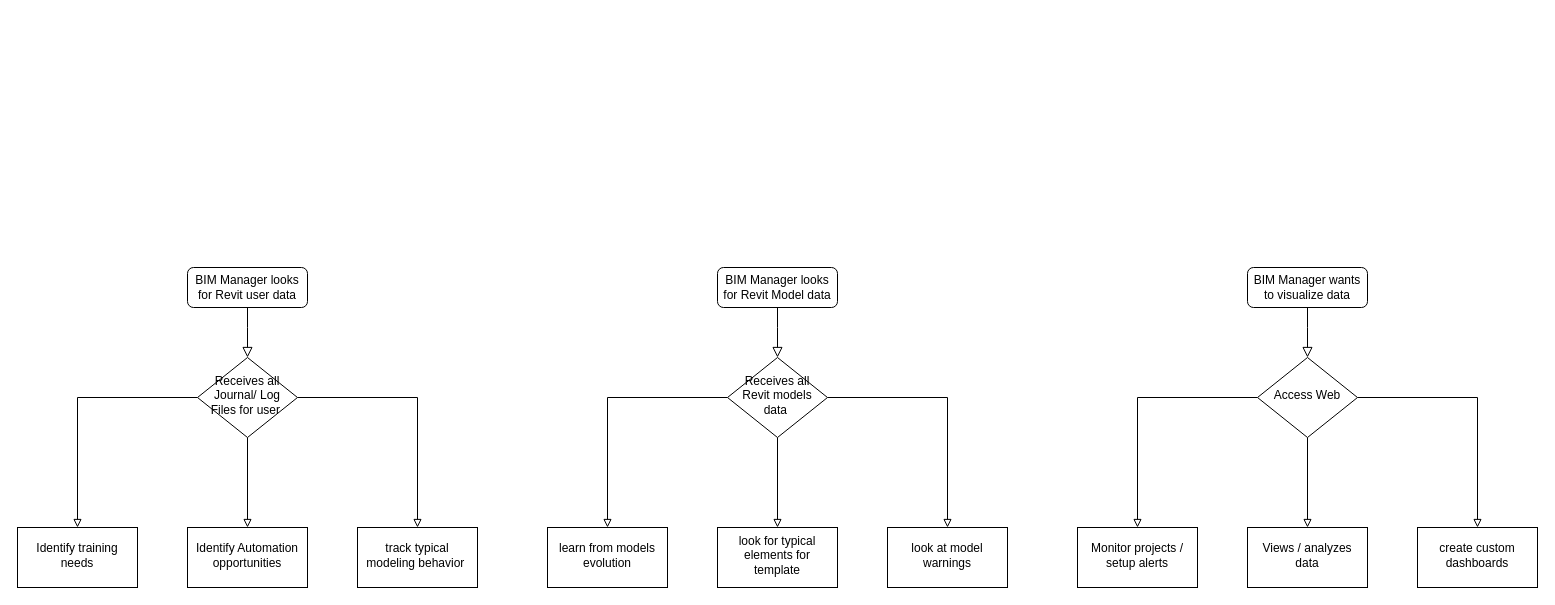
The draw.io diagram 07_Planning/Use Case Diagram.drawio in DaltonGOO/BIM-Analytics-Platform, before the edit. Source tidied: cells renumbered, new cells numbered last; positions are measured from the earlier drawing's top-left corner, leaving out a move shared by most shapes. Both pictures are drawn from the tidied source at 100%, with x=0, y=0 at pixel (17, 267).
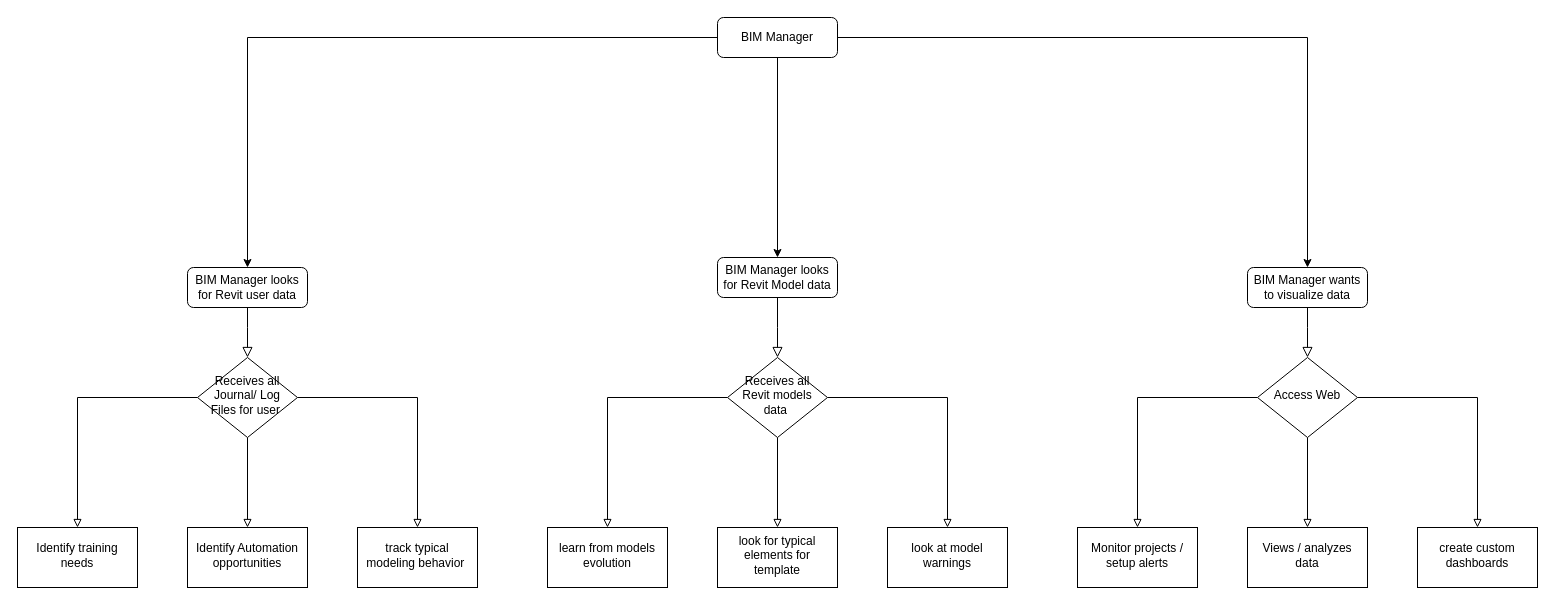
The same page after the edit.

Unchanged cells that the change refers to:
```xml
<mxCell id="3" value="BIM Manager looks for Revit user data" style="rounded=1;whiteSpace=wrap;html=1;fontSize=12;glass=0;strokeWidth=1;shadow=0;" parent="1" vertex="1">
  <mxGeometry x="170" width="120" height="40" as="geometry" />
</mxCell>
<mxCell id="21" value="BIM Manager wants to visualize data" style="rounded=1;whiteSpace=wrap;html=1;fontSize=12;glass=0;strokeWidth=1;shadow=0;" parent="1" vertex="1">
  <mxGeometry x="1230" width="120" height="40" as="geometry" />
</mxCell>
```

The edit, as a diff of the source:
```diff
@@
     <mxCell id="12" value="BIM Manager looks for Revit Model data" style="rounded=1;whiteSpace=wrap;html=1;fontSize=12;glass=0;strokeWidth=1;shadow=0;" parent="1" vertex="1">
-      <mxGeometry x="700" width="120" height="40" as="geometry" />
+      <mxGeometry x="700" y="-10" width="120" height="40" as="geometry" />
     </mxCell>
@@
+    <mxCell id="29" style="edgeStyle=orthogonalEdgeStyle;rounded=0;jettySize=auto;html=1;" parent="1" edge="1" source="32" target="12">
+      <mxGeometry relative="1" as="geometry" />
+    </mxCell>
+    <mxCell id="30" style="edgeStyle=orthogonalEdgeStyle;rounded=0;jettySize=auto;html=1;" parent="1" edge="1" source="32" target="21">
+      <mxGeometry relative="1" as="geometry" />
+    </mxCell>
+    <mxCell id="31" style="edgeStyle=orthogonalEdgeStyle;rounded=0;jettySize=auto;html=1;" parent="1" edge="1" source="32" target="3">
+      <mxGeometry relative="1" as="geometry" />
+    </mxCell>
+    <mxCell id="32" value="BIM Manager" style="rounded=1;whiteSpace=wrap;html=1;fontSize=12;glass=0;strokeWidth=1;shadow=0;" parent="1" vertex="1">
+      <mxGeometry x="700" y="-250" width="120" height="40" as="geometry" />
+    </mxCell>
```
